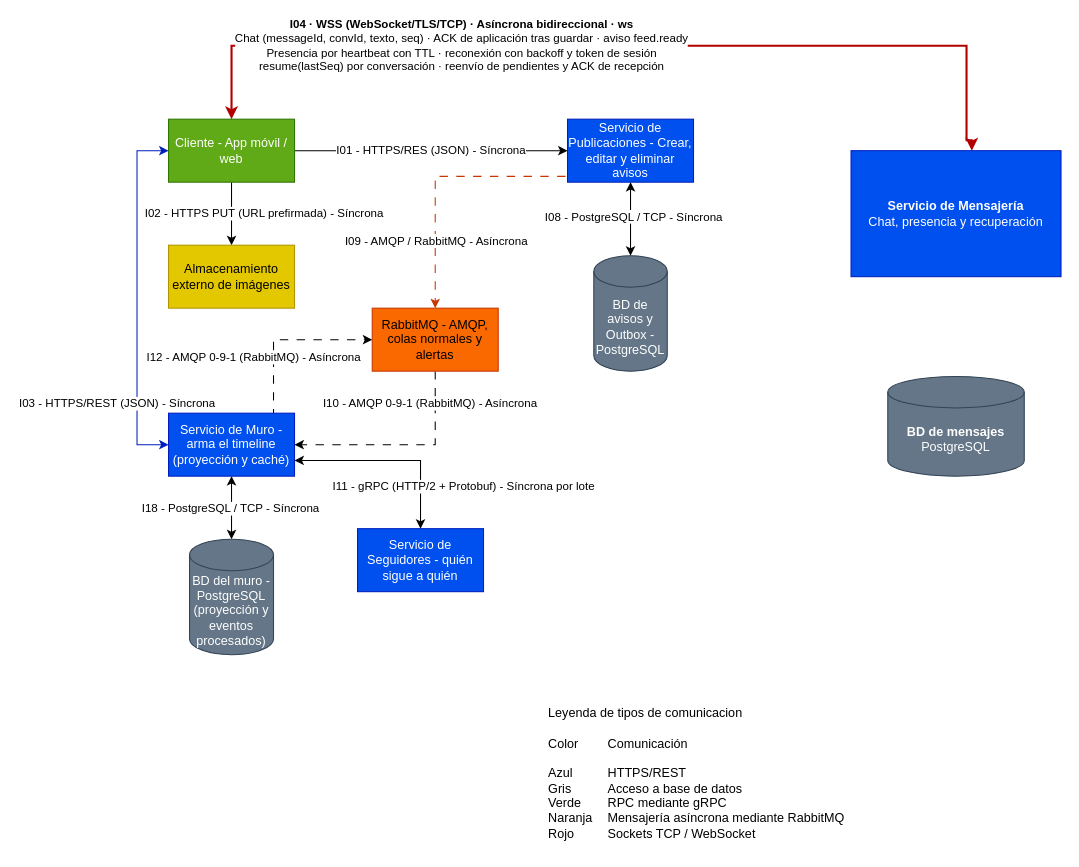
Before: Archivo editable y exportado/vecindario.drawio.xml in Yukisan-uwo/GA-TL-02-FORM-Modelado-de-Comunicacion-entre-Procesos-Distribuidos, a draw.io diagram. Source tidied: cells renumbered, new cells numbered last; positions are measured from the earlier drawing's top-left corner, leaving out a move shared by most shapes. Both pictures are drawn from the tidied source at 105%, with x=0, y=0 at pixel (136, 45).
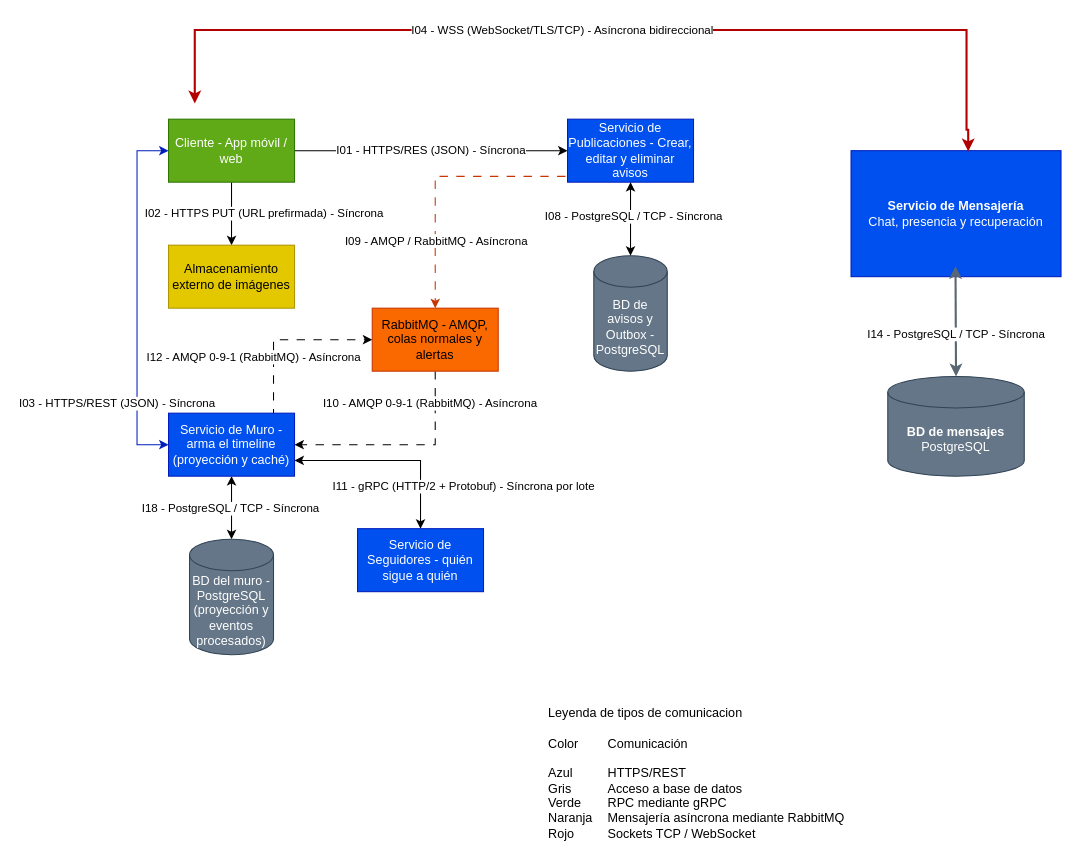
Above is the later version.

Commit message:
I14 - Guardar y recuperar mensajes

The change refers to these unchanged cells:
```xml
<mxCell id="7" value="Cliente - App móvil / web" style="rounded=0;whiteSpace=wrap;html=1;fillColor=#60a917;fontColor=#ffffff;strokeColor=#2D7600;" parent="1" vertex="1">
  <mxGeometry x="30" y="70" width="120" height="60" as="geometry" />
</mxCell>
<mxCell id="28" value="&lt;b&gt;Servicio de Mensajería&lt;/b&gt;&lt;br&gt;Chat, presencia y recuperación" style="rounded=0;whiteSpace=wrap;html=1;fillColor=#0050ef;fontColor=#ffffff;strokeColor=#001DBC;" parent="1" vertex="1">
  <mxGeometry x="680" y="100" width="200" height="120" as="geometry" />
</mxCell>
<mxCell id="29" value="&lt;b&gt;BD de mensajes&lt;/b&gt;&lt;br&gt;PostgreSQL" style="shape=cylinder3;whiteSpace=wrap;html=1;boundedLbl=1;backgroundOutline=1;size=15;fillColor=#647687;fontColor=#ffffff;strokeColor=#314354;" parent="1" vertex="1">
  <mxGeometry x="715" y="315" width="130" height="95" as="geometry" />
</mxCell>
```

The edit, as a diff of the source:
```diff
@@
-    <mxCell id="30" value="&lt;b&gt;I04 · WSS (WebSocket/TLS/TCP) · Asíncrona bidireccional · ws&lt;/b&gt;&lt;br&gt;Chat (messageId, convId, texto, seq) · ACK de aplicación tras guardar · aviso feed.ready&lt;br&gt;Presencia por heartbeat con TTL · reconexión con backoff y token de sesión&lt;br&gt;resume(lastSeq) por conversación · reenvío de pendientes y ACK de recepción" style="edgeStyle=orthogonalEdgeStyle;rounded=0;jettySize=auto;html=1;defaultLabelBackgroundColor=page;strokeWidth=2;strokeColor=light-dark(#B20000,#FF7474);exitX=0.5;exitY=0;exitDx=0;exitDy=0;startArrow=classic;startFill=1;endArrow=classic;endFill=1;" parent="1" edge="1" source="7">
-      <mxGeometry x="-0.34" relative="1" as="geometry">
-        <mxPoint x="795" y="100" as="targetPoint" />
-        <Array as="points">
-          <mxPoint x="90" />
-          <mxPoint x="790" />
-          <mxPoint x="790" y="90" />
-          <mxPoint x="795" y="90" />
-        </Array>
-      </mxGeometry>
-    </mxCell>
+    <mxCell id="31" value="I04 - WSS (WebSocket/TLS/TCP) - Asíncrona bidireccional" style="edgeStyle=orthogonalEdgeStyle;rounded=0;jettySize=auto;html=1;defaultLabelBackgroundColor=page;strokeWidth=2;strokeColor=light-dark(#B20000,#FF7474);exitX=0.5;exitY=0;exitDx=0;exitDy=0;startArrow=classic;startFill=1;endArrow=classic;endFill=1;entryX=0.558;entryY=0.006;entryDx=0;entryDy=0;entryPerimeter=0;" parent="1" edge="1" target="28">
+      <mxGeometry x="-0.09" relative="1" as="geometry">
+        <mxPoint x="55" y="55" as="sourcePoint" />
+        <Array as="points">
+          <mxPoint x="55" y="-15" />
+          <mxPoint x="790" y="-15" />
+          <mxPoint x="790" y="80" />
+          <mxPoint x="791.6" y="80" />
+        </Array>
+      </mxGeometry>
+    </mxCell>
+    <mxCell id="32" value="I14 - PostgreSQL / TCP - Síncrona" style="edgeStyle=orthogonalEdgeStyle;rounded=0;jettySize=auto;html=1;defaultLabelBackgroundColor=page;strokeWidth=2;strokeColor=light-dark(#596774,#A6A6A6);exitX=0.5;exitY=1;exitDx=0;exitDy=0;entryX=0.5;entryY=0;entryDx=0;entryDy=0;startArrow=classic;startFill=1;endArrow=classic;endFill=1;entryPerimeter=0;" parent="1" edge="1" target="29">
+      <mxGeometry x="0.24" relative="1" as="geometry">
+        <mxPoint x="779.5" y="210" as="sourcePoint" />
+      </mxGeometry>
+    </mxCell>
```
